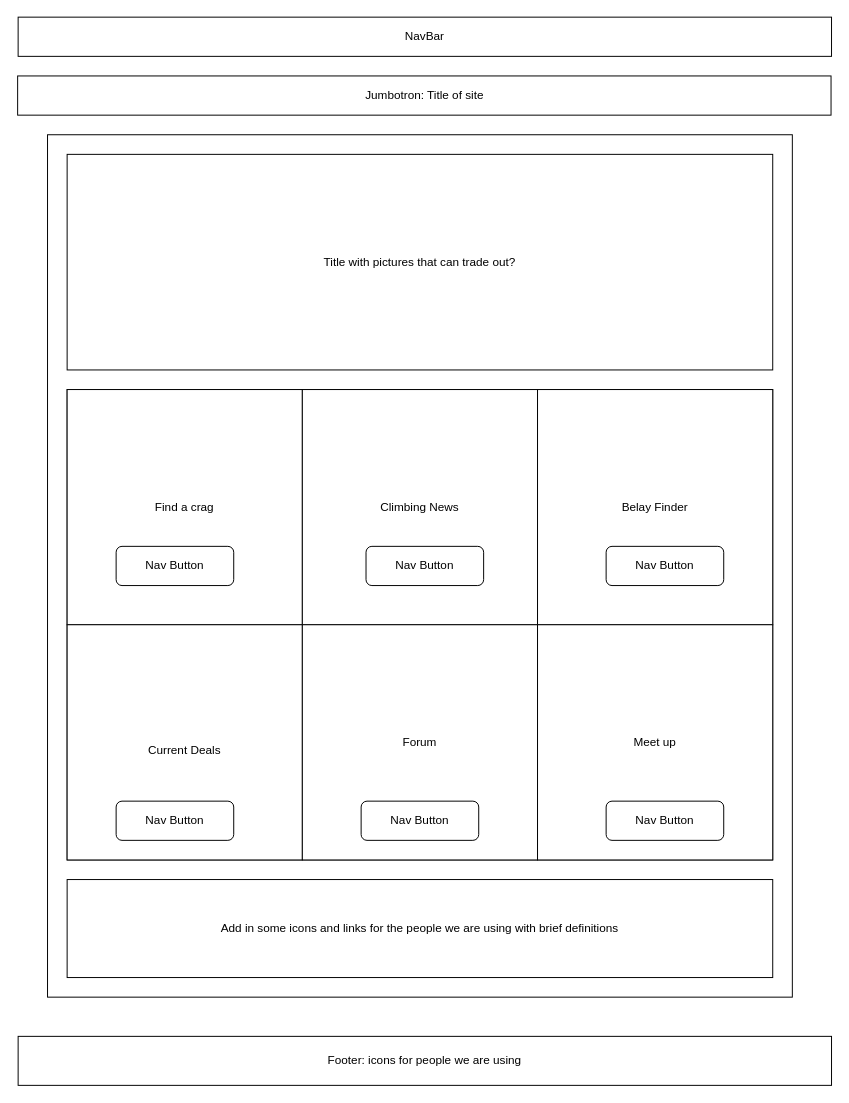
Before: page "HomePage" (1 of 8) of Untitled Diagram.drawio in the-master-chefs/rockclimbingapp, a draw.io diagram. Source tidied: cells renumbered, new cells numbered last; positions are measured from the earlier drawing's top-left corner, leaving out a move shared by most shapes. Both pictures are drawn from the tidied source at 98%, with x=0, y=0 at pixel (18, 17).
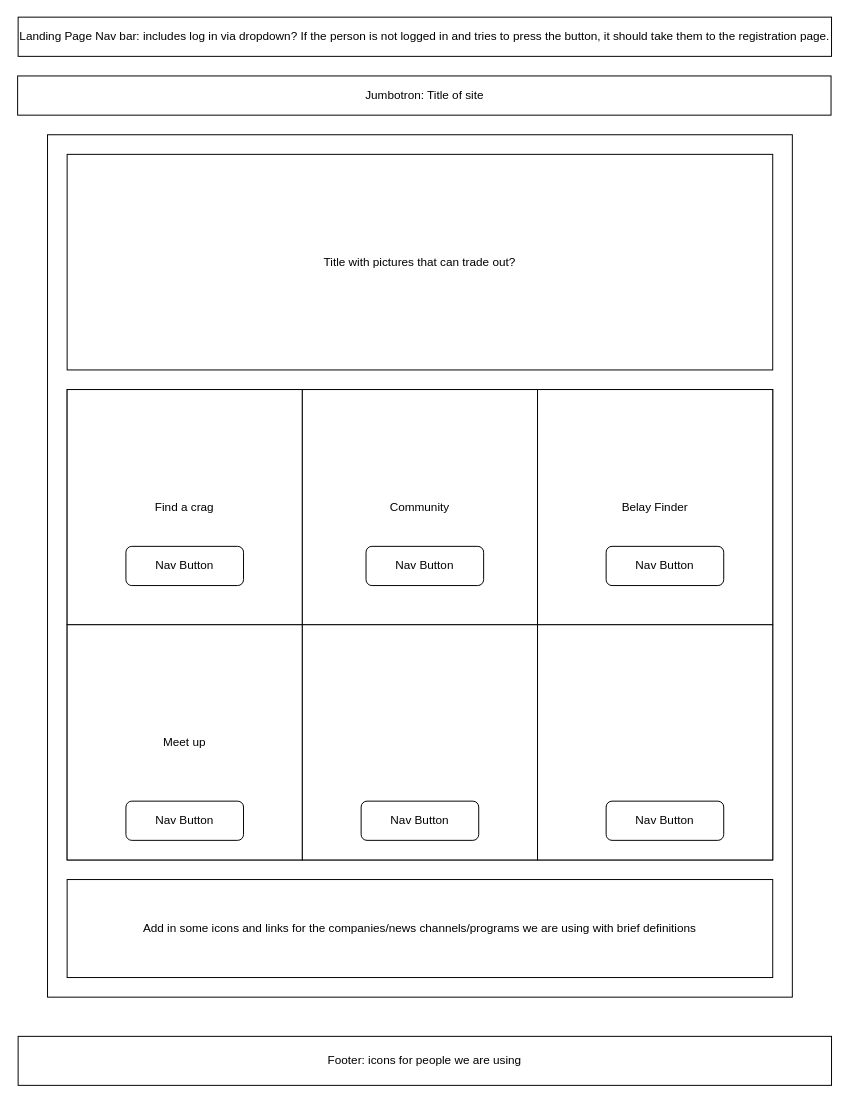
The same page after the edit.

Change to the diagram source:
```diff
@@
-    <mxCell id="2" value="NavBar" style="rounded=0;whiteSpace=wrap;html=1;" parent="1" vertex="1">
+    <mxCell id="2" value="Landing Page Nav bar: includes log in via dropdown? If the person is not logged in and tries to press the button, it should take them to the registration page." style="rounded=0;whiteSpace=wrap;html=1;" parent="1" vertex="1">
       <mxGeometry width="830" height="40" as="geometry" />
     </mxCell>
@@
-    <mxCell id="8" value="Add in some icons and links for the people we are using with brief definitions" style="rounded=0;whiteSpace=wrap;html=1;" parent="1" vertex="1">
+    <mxCell id="8" value="Add in some icons and links for the companies/news channels/programs&amp;nbsp;we are using with brief definitions" style="rounded=0;whiteSpace=wrap;html=1;" parent="1" vertex="1">
       <mxGeometry x="50" y="880" width="720" height="100" as="geometry" />
     </mxCell>
@@
-    <mxCell id="10" value="Climbing News" style="rounded=0;whiteSpace=wrap;html=1;" parent="1" vertex="1">
+    <mxCell id="10" value="Community" style="rounded=0;whiteSpace=wrap;html=1;" parent="1" vertex="1">
       <mxGeometry x="290" y="380" width="240" height="240" as="geometry" />
     </mxCell>
@@
-    <mxCell id="12" value="&lt;br&gt;Current Deals" style="rounded=0;whiteSpace=wrap;html=1;" parent="1" vertex="1">
+    <mxCell id="12" value="&lt;span style=&quot;white-space: normal&quot;&gt;Meet up&lt;/span&gt;" style="rounded=0;whiteSpace=wrap;html=1;" parent="1" vertex="1">
       <mxGeometry x="50" y="620" width="240" height="240" as="geometry" />
     </mxCell>
-    <mxCell id="13" value="Forum" style="rounded=0;whiteSpace=wrap;html=1;" parent="1" vertex="1">
+    <mxCell id="13" style="rounded=0;whiteSpace=wrap;html=1;" parent="1" vertex="1">
       <mxGeometry x="290" y="620" width="240" height="240" as="geometry" />
     </mxCell>
-    <mxCell id="14" value="Meet up" style="rounded=0;whiteSpace=wrap;html=1;" parent="1" vertex="1">
+    <mxCell id="14" style="rounded=0;whiteSpace=wrap;html=1;" parent="1" vertex="1">
       <mxGeometry x="530" y="620" width="240" height="240" as="geometry" />
     </mxCell>
     <mxCell id="15" value="&lt;span style=&quot;white-space: normal&quot;&gt;Nav Button&lt;/span&gt;" style="rounded=1;whiteSpace=wrap;html=1;" parent="1" vertex="1">
-      <mxGeometry x="100" y="800" width="120" height="40" as="geometry" />
+      <mxGeometry x="110" y="800" width="120" height="40" as="geometry" />
     </mxCell>
@@
     <mxCell id="18" value="Nav Button" style="rounded=1;whiteSpace=wrap;html=1;" parent="1" vertex="1">
-      <mxGeometry x="100" y="540" width="120" height="40" as="geometry" />
+      <mxGeometry x="110" y="540" width="120" height="40" as="geometry" />
     </mxCell>
```
